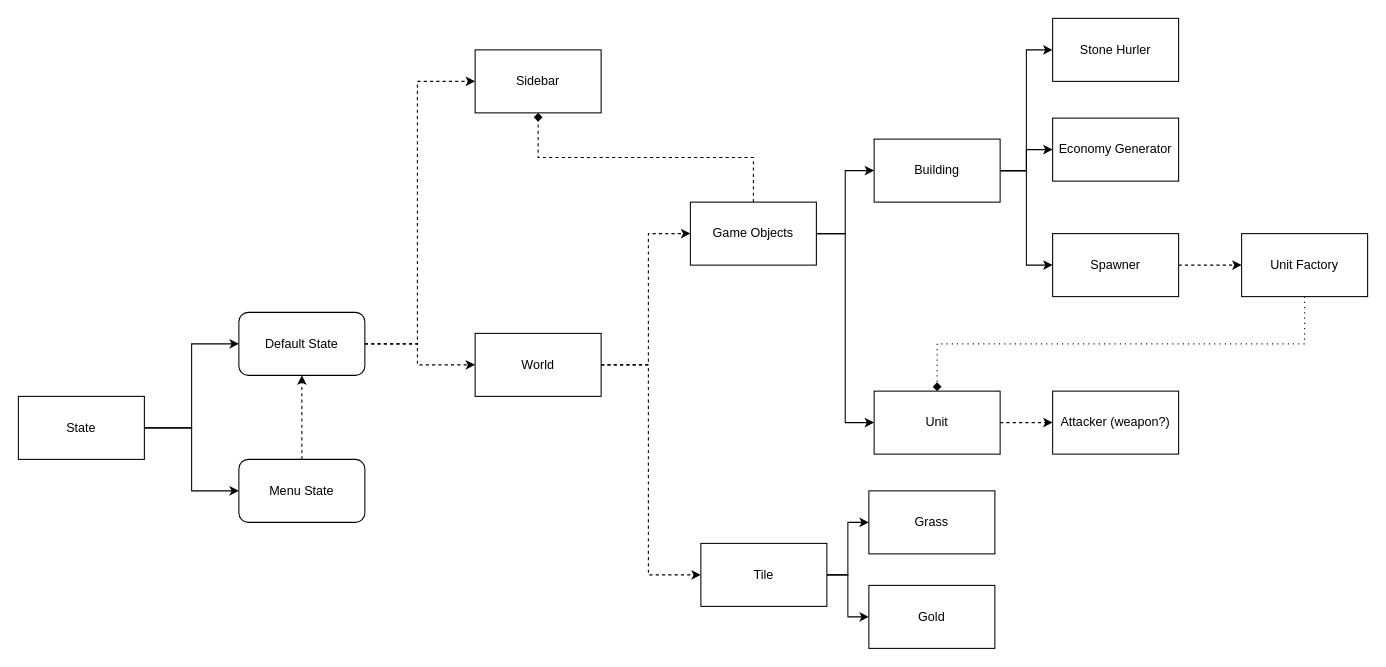
Earlier version of the draw.io diagram page "Ingame Class Chart" (4 of 4) of plan.drawio (Trentiumz/rts001). Source tidied: cells renumbered, new cells numbered last; positions are measured from the earlier drawing's top-left corner, leaving out a move shared by most shapes. Both pictures are drawn from the tidied source at 105%, with x=0, y=0 at pixel (18, 18).
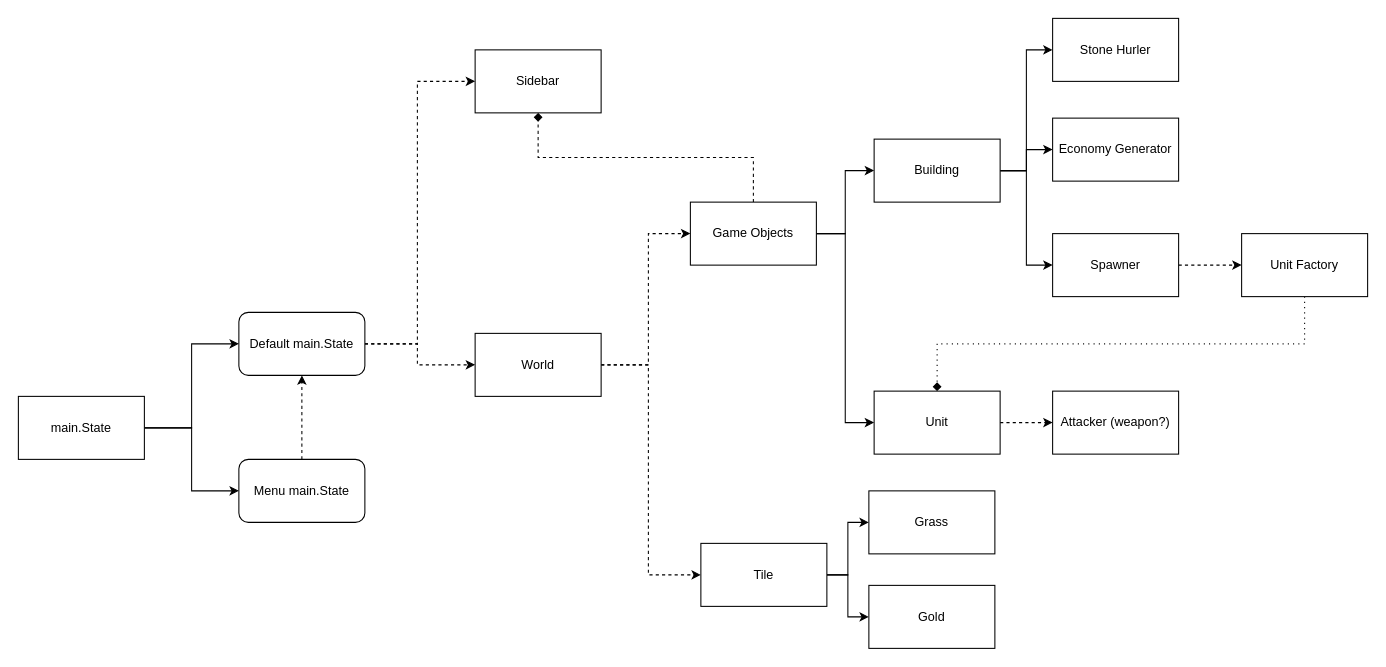
The same diagram, later.

Commit message (it also covers changes not shown here):
Add Main Menu Buttons

What changed in the source:
```diff
@@
-    <mxCell id="5" value="Default State" style="rounded=1;whiteSpace=wrap;html=1;" parent="1" vertex="1">
+    <mxCell id="5" value="Default main.State" style="rounded=1;whiteSpace=wrap;html=1;" parent="1" vertex="1">
       <mxGeometry x="210" y="280" width="120" height="60" as="geometry" />
     </mxCell>
@@
-    <mxCell id="8" value="State" style="rounded=0;whiteSpace=wrap;html=1;" parent="1" vertex="1">
+    <mxCell id="8" value="main.State" style="rounded=0;whiteSpace=wrap;html=1;" parent="1" vertex="1">
       <mxGeometry y="360" width="120" height="60" as="geometry" />
     </mxCell>
@@
-    <mxCell id="10" value="Menu State" style="rounded=1;whiteSpace=wrap;html=1;" parent="1" vertex="1">
+    <mxCell id="10" value="Menu main.State" style="rounded=1;whiteSpace=wrap;html=1;" parent="1" vertex="1">
       <mxGeometry x="210" y="420" width="120" height="60" as="geometry" />
     </mxCell>
```
